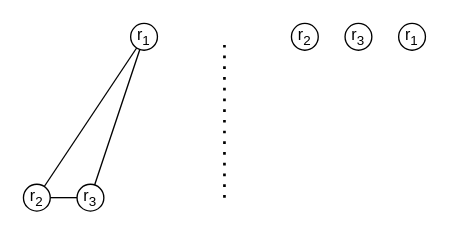
This is SSYNC FSYNC.drawio from UberPanda/Stuff, a draw.io file, before an edit. Source tidied: cells renumbered, new cells numbered last; positions are measured from the earlier drawing's top-left corner, leaving out a move shared by most shapes. Both pictures are drawn from the tidied source at 134%, with x=0, y=0 at pixel (23, 23).
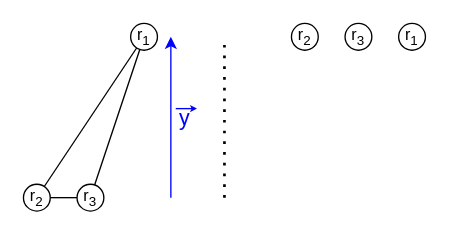
The same page after the edit.

Diff of the diagram source:
```diff
@@
 <mxGraphModel>
   <root>
     <mxCell id="0" />
     <mxCell id="1" parent="0" />
     <mxCell id="2" value="r&lt;sub&gt;1&lt;/sub&gt;" style="ellipse;whiteSpace=wrap;html=1;" parent="1" vertex="1">
       <mxGeometry x="80" width="20" height="20" as="geometry" />
     </mxCell>
     <mxCell id="3" style="edgeStyle=orthogonalEdgeStyle;rounded=0;jettySize=auto;html=1;exitX=1;exitY=0.5;exitDx=0;exitDy=0;entryX=0;entryY=0.5;entryDx=0;entryDy=0;endArrow=none;endFill=0;" parent="1" edge="1" source="4" target="5">
       <mxGeometry relative="1" as="geometry" />
     </mxCell>
     <mxCell id="4" value="r&lt;sub&gt;2&lt;/sub&gt;" style="ellipse;whiteSpace=wrap;html=1;" parent="1" vertex="1">
       <mxGeometry y="120" width="20" height="20" as="geometry" />
     </mxCell>
     <mxCell id="5" value="r&lt;sub&gt;3&lt;/sub&gt;" style="ellipse;whiteSpace=wrap;html=1;" parent="1" vertex="1">
       <mxGeometry x="40" y="120" width="20" height="20" as="geometry" />
     </mxCell>
     <mxCell id="6" value="r&lt;sub&gt;1&lt;/sub&gt;" style="ellipse;whiteSpace=wrap;html=1;" parent="1" vertex="1">
       <mxGeometry x="280" width="20" height="20" as="geometry" />
     </mxCell>
     <mxCell id="7" value="r&lt;sub&gt;2&lt;/sub&gt;" style="ellipse;whiteSpace=wrap;html=1;" parent="1" vertex="1">
       <mxGeometry x="200" width="20" height="20" as="geometry" />
     </mxCell>
     <mxCell id="8" value="r&lt;sub&gt;3&lt;/sub&gt;" style="ellipse;whiteSpace=wrap;html=1;" parent="1" vertex="1">
       <mxGeometry x="240" width="20" height="20" as="geometry" />
     </mxCell>
     <mxCell id="9" style="endArrow=none;html=1;" parent="1" edge="1" source="4" target="2">
       <mxGeometry relative="1" as="geometry" />
     </mxCell>
     <mxCell id="10" style="endArrow=none;html=1;" parent="1" edge="1" source="5" target="2">
       <mxGeometry relative="1" as="geometry" />
     </mxCell>
     <mxCell id="11" style="endArrow=none;dashed=1;html=1;dashPattern=1 3;strokeWidth=2;" parent="1" edge="1">
       <mxGeometry relative="1" as="geometry">
         <mxPoint x="150" y="130" as="sourcePoint" />
         <mxPoint x="150" y="10" as="targetPoint" />
       </mxGeometry>
     </mxCell>
+    <mxCell id="12" value="&lt;font style=&quot;font-size: 16px&quot; color=&quot;#0000ff&quot;&gt;y&lt;/font&gt;" style="text;html=1;align=center;verticalAlign=middle;points=[];" parent="1" vertex="1">
+      <mxGeometry x="110" y="60" width="20" height="20" as="geometry" />
+    </mxCell>
+    <mxCell id="13" style="endArrow=classic;html=1;fillColor=#0050ef;strokeColor=#0000FF;" parent="1" edge="1">
+      <mxGeometry relative="1" as="geometry">
+        <mxPoint x="110" y="130" as="sourcePoint" />
+        <mxPoint x="110" y="10" as="targetPoint" />
+      </mxGeometry>
+    </mxCell>
+    <mxCell id="14" style="endArrow=classic;html=1;entryX=0.973;entryY=0.178;entryDx=0;entryDy=0;entryPerimeter=0;exitX=0.182;exitY=0.178;exitDx=0;exitDy=0;exitPerimeter=0;endFill=1;startSize=6;endSize=2;strokeColor=#0000FF;" parent="1" edge="1" source="12" target="12">
+      <mxGeometry relative="1" as="geometry" />
+    </mxCell>
   </root>
 </mxGraphModel>
```
